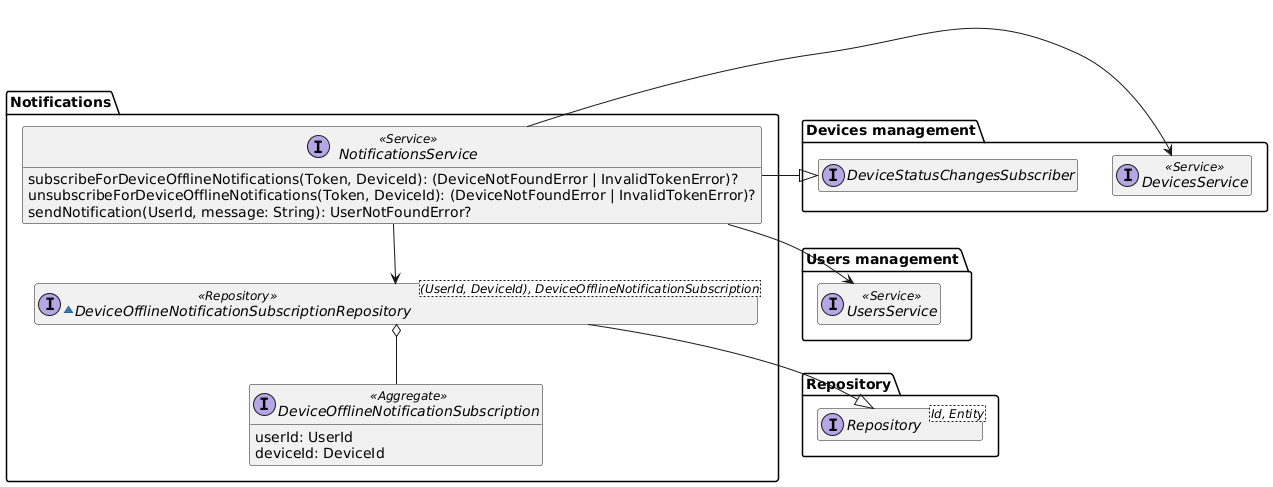
Above: diagrams/generated/notifications-domain-model.png in DomoticASW/.github (PlantUML), before the change.
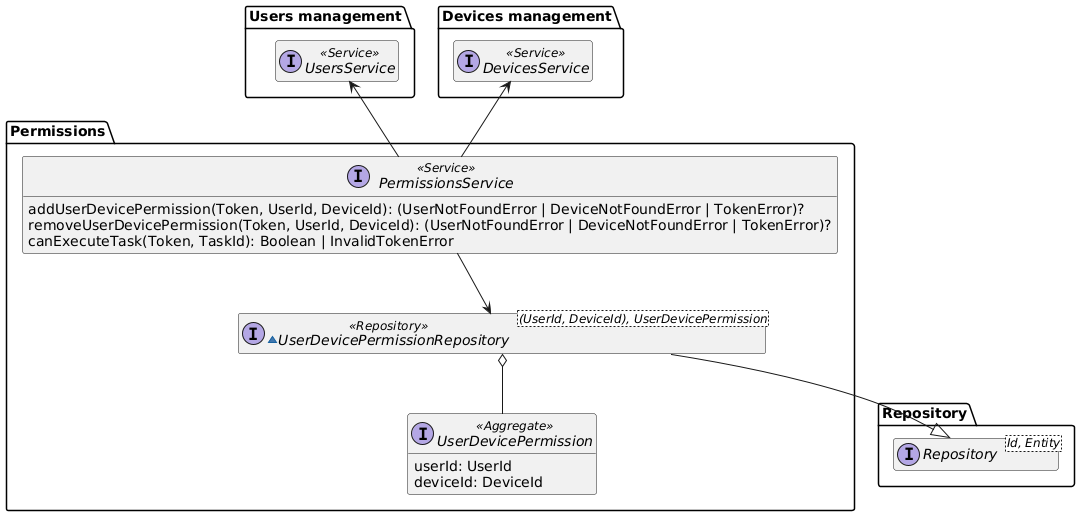
The same diagram one commit later.

Commit message:
Add token errors to every method

Diff of the diagram source:
```diff
@@ -11,30 +11,28 @@
 
 package "Devices management" as DevicesManagement {
     interface DevicesService <<Service>>
-    interface DeviceStatusChangesSubscriber
 }
 
-package "Notifications" {
-    interface NotificationsService <<Service>> {
-        subscribeForDeviceOfflineNotifications(Token, DeviceId): (DeviceNotFoundError | InvalidTokenError)?
-        unsubscribeForDeviceOfflineNotifications(Token, DeviceId): (DeviceNotFoundError | InvalidTokenError)?
-        sendNotification(UserId, message: String): UserNotFoundError?
+package "Permissions" {
+    interface PermissionsService <<Service>> {
+        addUserDevicePermission(Token, UserId, DeviceId): (UserNotFoundError | DeviceNotFoundError | TokenError)?
+        removeUserDevicePermission(Token, UserId, DeviceId): (UserNotFoundError | DeviceNotFoundError | TokenError)?
+        canExecuteTask(Token, TaskId): Boolean | InvalidTokenError
     }
 
-    ~interface DeviceOfflineNotificationSubscriptionRepository<(UserId, DeviceId), DeviceOfflineNotificationSubscription> <<Repository>> {
+    ~interface UserDevicePermissionRepository<(UserId, DeviceId), UserDevicePermission> <<Repository>> {
     }
 
-    interface DeviceOfflineNotificationSubscription <<Aggregate>> {
+    interface UserDevicePermission <<Aggregate>> {
         userId: UserId
         deviceId: DeviceId
     }
 
-    NotificationsService --> DeviceOfflineNotificationSubscriptionRepository
-    NotificationsService -r-|> DevicesManagement.DeviceStatusChangesSubscriber
-    NotificationsService -r-> DevicesManagement.DevicesService
-    NotificationsService --> UsersManagement.UsersService
-    DeviceOfflineNotificationSubscriptionRepository --|> Repository.Repository
-    DeviceOfflineNotificationSubscriptionRepository o-- DeviceOfflineNotificationSubscription
+    PermissionsService -u-> DevicesManagement.DevicesService
+    PermissionsService -u-> UsersManagement.UsersService
+    PermissionsService --> UserDevicePermissionRepository
+    UserDevicePermissionRepository --|> Repository.Repository
+    UserDevicePermissionRepository o-- UserDevicePermission
 }
 
 @enduml
```
